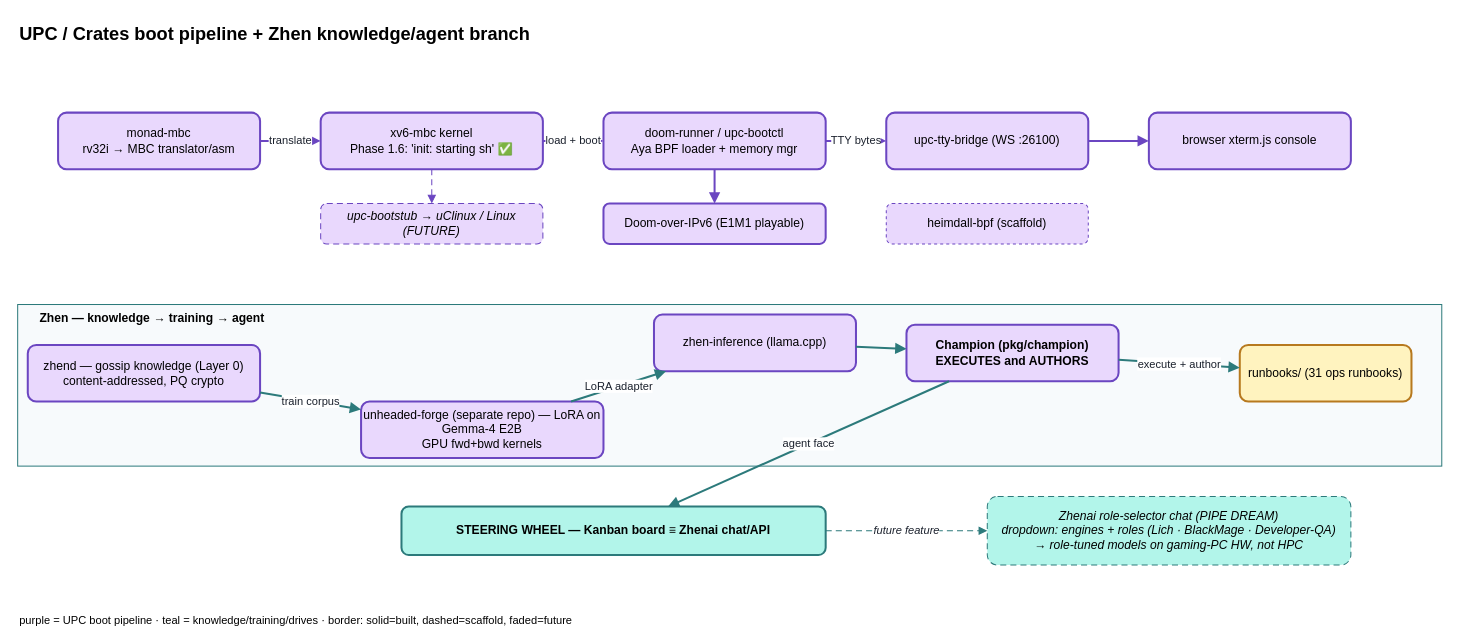
Above: page "4 · UPC / Crates + Zhen" (4 of 6) of docs/architecture/service-ontology.drawio in unheaded/unheaded (draw.io), before the change. Source tidied: cells renumbered, new cells numbered last; positions are measured from the earlier drawing's top-left corner, leaving out a move shared by most shapes. Both pictures are drawn from the tidied source at 101%, with x=0, y=0 at pixel (17, 17).
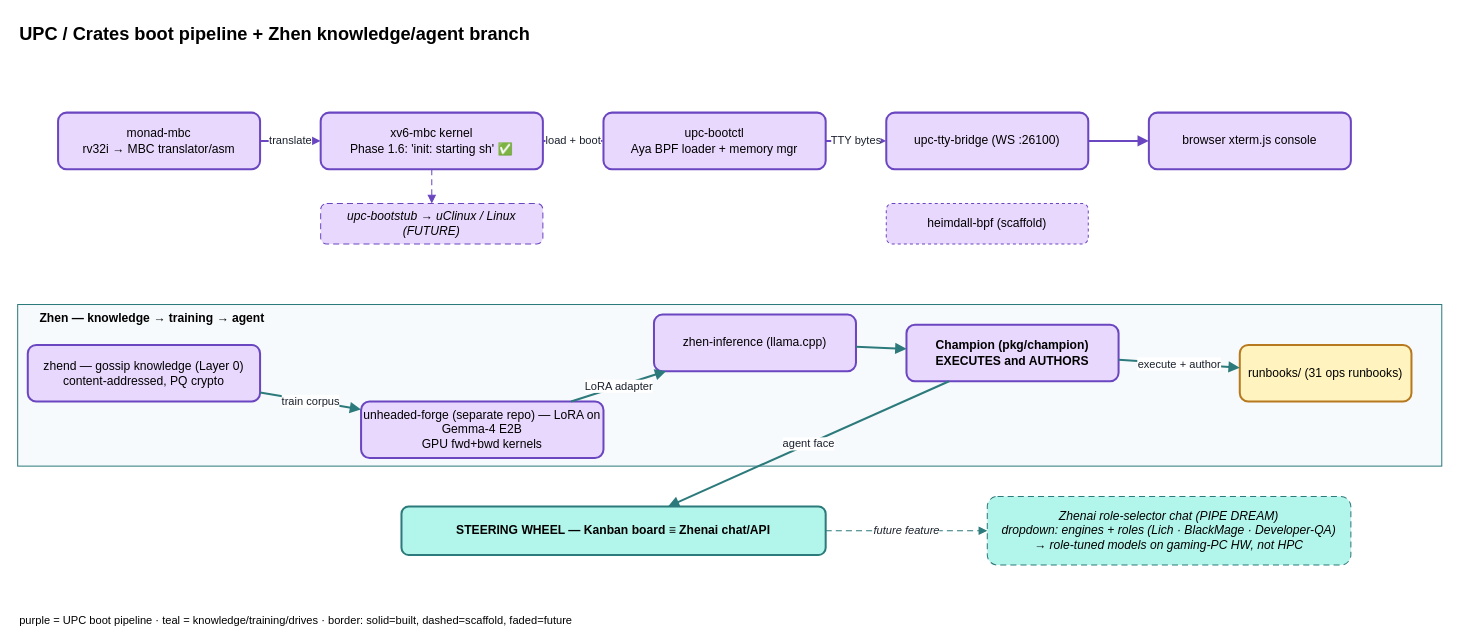
The same diagram, later.

Commit message (it also covers changes not shown here):
docs(architecture): the service map draws no Doom

The edit, as a diff of the source:
```diff
@@
-    <mxCell id="5" value="doom-runner / upc-bootctl&#10;Aya BPF loader + memory mgr" style="rounded=1;whiteSpace=wrap;html=1;fillColor=#e9d8fd;strokeColor=#6b46c1;strokeWidth=2;" parent="1" vertex="1">
+    <mxCell id="5" value="upc-bootctl&#10;Aya BPF loader + memory mgr" style="rounded=1;whiteSpace=wrap;html=1;fillColor=#e9d8fd;strokeColor=#6b46c1;strokeWidth=2;" parent="1" vertex="1">
       <mxGeometry x="580" y="94" width="220" height="56" as="geometry" />
     </mxCell>
@@
-    <mxCell id="12" value="Doom-over-IPv6 (E1M1 playable)" style="rounded=1;whiteSpace=wrap;html=1;fillColor=#e9d8fd;strokeColor=#6b46c1;strokeWidth=2;" parent="1" vertex="1">
-      <mxGeometry x="580" y="184" width="220" height="40" as="geometry" />
-    </mxCell>
-    <mxCell id="13" style="endArrow=block;html=1;labelBackgroundColor=#ffffff;fontColor=#1a202c;strokeColor=#6b46c1;strokeWidth=2;" parent="1" edge="1" source="5" target="12">
-      <mxGeometry relative="1" as="geometry" />
-    </mxCell>
```
